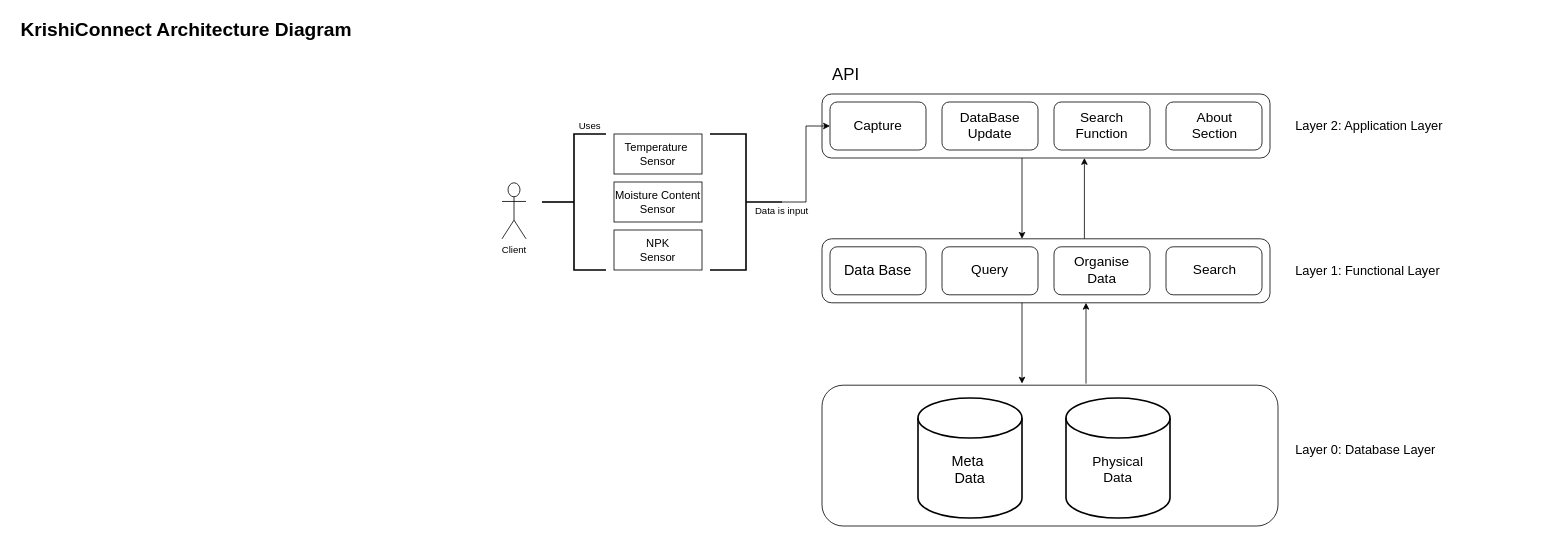
This is KrishiConnect.drawio from sekharbharadwaj0312/KrishiConnect, a draw.io file, before an edit. Source tidied: cells renumbered, new cells numbered last; positions are measured from the earlier drawing's top-left corner, leaving out a move shared by most shapes. Both pictures are drawn from the tidied source at 80%, with x=0, y=0 at pixel (14, 14).
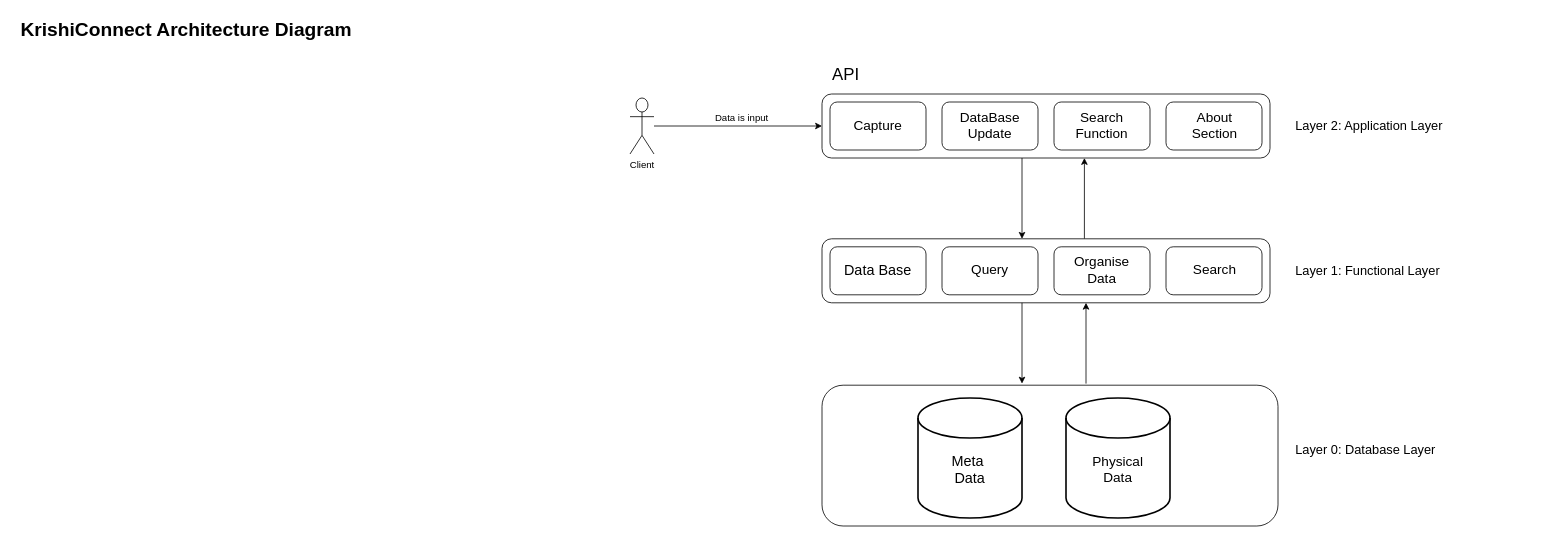
The same diagram, later.

The change refers to these unchanged cells:
```xml
<mxCell id="3" style="rounded=1;whiteSpace=wrap;html=1;" parent="1" vertex="1">
  <mxGeometry x="1010" y="100" width="560" height="80" as="geometry" />
</mxCell>
<mxCell id="4" style="rounded=1;whiteSpace=wrap;html=1;" parent="1" vertex="1">
  <mxGeometry x="1020" y="110" width="120" height="60" as="geometry" />
</mxCell>
```

The edit, as a diff of the source:
```diff
@@
+    <mxCell id="44" style="edgeStyle=orthogonalEdgeStyle;rounded=0;jettySize=auto;html=1;entryX=0;entryY=0.5;entryDx=0;entryDy=0;" parent="1" edge="1" source="12" target="3">
+      <mxGeometry relative="1" as="geometry" />
+    </mxCell>
     <mxCell id="12" value="&lt;div&gt;Client&lt;/div&gt;&lt;div&gt;&lt;br&gt;&lt;/div&gt;" style="shape=umlActor;verticalLabelPosition=bottom;verticalAlign=top;html=1;outlineConnect=0;" parent="1" vertex="1">
-      <mxGeometry x="610" y="211" width="30" height="70" as="geometry" />
+      <mxGeometry x="770" y="105" width="30" height="70" as="geometry" />
     </mxCell>
-    <mxCell id="13" value="&lt;div style=&quot;font-size: 14px;&quot;&gt;&lt;font style=&quot;font-size: 14px;&quot;&gt;Temperature&amp;nbsp;&lt;/font&gt;&lt;/div&gt;&lt;div style=&quot;font-size: 14px;&quot;&gt;&lt;font style=&quot;font-size: 14px;&quot;&gt;Sensor&lt;/font&gt;&lt;/div&gt;" style="rounded=0;whiteSpace=wrap;html=1;" parent="1" vertex="1">
-      <mxGeometry x="750" y="150" width="110" height="50" as="geometry" />
-    </mxCell>
-    <mxCell id="14" value="&lt;div style=&quot;font-size: 14px;&quot;&gt;&lt;font style=&quot;font-size: 14px;&quot;&gt;Moisture Content&lt;br&gt;&lt;/font&gt;&lt;/div&gt;&lt;div style=&quot;font-size: 14px;&quot;&gt;&lt;font style=&quot;font-size: 14px;&quot;&gt;Sensor&lt;/font&gt;&lt;/div&gt;" style="rounded=0;whiteSpace=wrap;html=1;" parent="1" vertex="1">
-      <mxGeometry x="750" y="210" width="110" height="50" as="geometry" />
-    </mxCell>
-    <mxCell id="15" value="&lt;div style=&quot;font-size: 14px;&quot;&gt;&lt;font style=&quot;font-size: 14px;&quot;&gt;NPK&lt;br&gt;&lt;/font&gt;&lt;/div&gt;&lt;div style=&quot;font-size: 14px;&quot;&gt;&lt;font style=&quot;font-size: 14px;&quot;&gt;Sensor&lt;/font&gt;&lt;/div&gt;" style="rounded=0;whiteSpace=wrap;html=1;" parent="1" vertex="1">
-      <mxGeometry x="750" y="270" width="110" height="50" as="geometry" />
-    </mxCell>
-    <mxCell id="16" style="strokeWidth=2;html=1;shape=mxgraph.flowchart.annotation_2;align=left;labelPosition=right;" parent="1" vertex="1">
-      <mxGeometry x="660" y="150" width="80" height="170" as="geometry" />
-    </mxCell>
@@
-    <mxCell id="18" value="Uses" style="text;html=1;strokeColor=none;fillColor=none;align=center;verticalAlign=middle;whiteSpace=wrap;rounded=0;" parent="1" vertex="1">
-      <mxGeometry x="690" y="125" width="60" height="30" as="geometry" />
-    </mxCell>
@@
-    <mxCell id="21" style="edgeStyle=orthogonalEdgeStyle;rounded=0;jettySize=auto;html=1;exitX=0;exitY=0.5;exitDx=0;exitDy=0;exitPerimeter=0;entryX=0;entryY=0.5;entryDx=0;entryDy=0;" parent="1" edge="1" source="22" target="4">
-      <mxGeometry relative="1" as="geometry" />
-    </mxCell>
-    <mxCell id="22" style="strokeWidth=2;html=1;shape=mxgraph.flowchart.annotation_2;align=left;labelPosition=right;direction=west;" parent="1" vertex="1">
-      <mxGeometry x="870" y="150" width="90" height="170" as="geometry" />
-    </mxCell>
     <mxCell id="23" value="Data is input" style="text;html=1;strokeColor=none;fillColor=none;align=center;verticalAlign=middle;whiteSpace=wrap;rounded=0;" parent="1" vertex="1">
-      <mxGeometry x="900" y="231" width="120" height="30" as="geometry" />
+      <mxGeometry x="850" y="115" width="120" height="30" as="geometry" />
     </mxCell>
```
